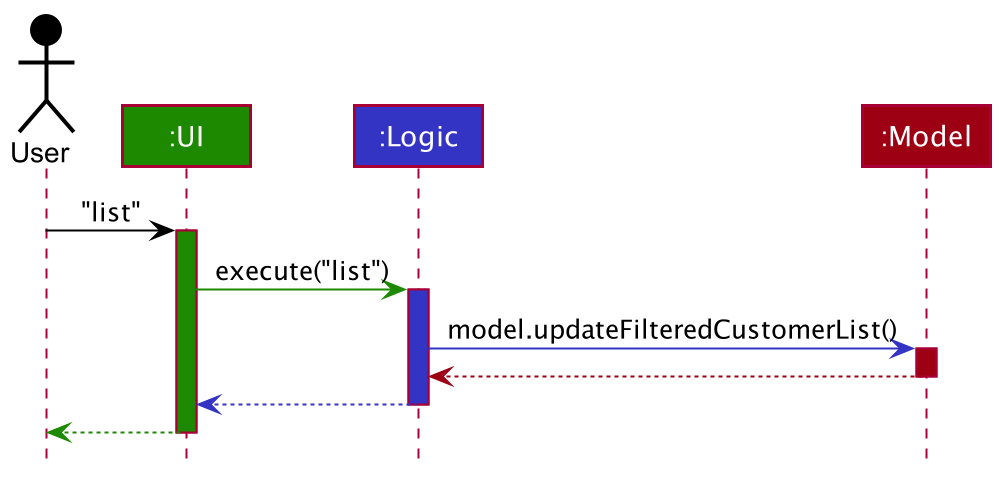
The PlantUML diagram docs/images/CompletedCommandSequenceDiagram.png in nus-cs2103-AY2021S2/tp, before a commit. Source of this version:
```plantuml
@startuml
!include style.puml

Actor User as user USER_COLOR
Participant ":UI" as ui UI_COLOR
Participant ":Logic" as logic LOGIC_COLOR
Participant ":Model" as model MODEL_COLOR


user -[USER_COLOR]> ui : "list"
activate ui UI_COLOR

ui -[UI_COLOR]> logic : execute("list")
activate logic LOGIC_COLOR

logic -[LOGIC_COLOR]> model : model.updateFilteredCustomerList()
activate model MODEL_COLOR

model -[MODEL_COLOR]-> logic
deactivate model

logic --[LOGIC_COLOR]> ui
deactivate logic

ui--[UI_COLOR]> user
deactivate ui
@enduml
```
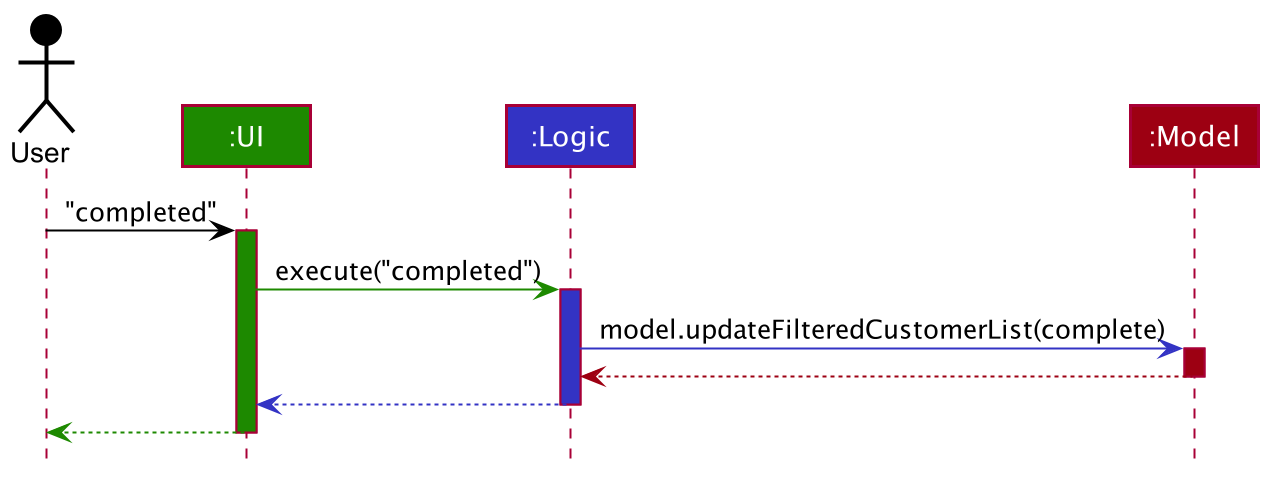
The same diagram one commit later.

The edit, as a diff of the source:
```diff
@@ -7,13 +7,13 @@
 Participant ":Model" as model MODEL_COLOR
 
 
-user -[USER_COLOR]> ui : "list"
+user -[USER_COLOR]> ui : "completed"
 activate ui UI_COLOR
 
-ui -[UI_COLOR]> logic : execute("list")
+ui -[UI_COLOR]> logic : execute("completed")
 activate logic LOGIC_COLOR
 
-logic -[LOGIC_COLOR]> model : model.updateFilteredCustomerList()
+logic -[LOGIC_COLOR]> model : model.updateFilteredCustomerList(complete)
 activate model MODEL_COLOR
 
 model -[MODEL_COLOR]-> logic
```
